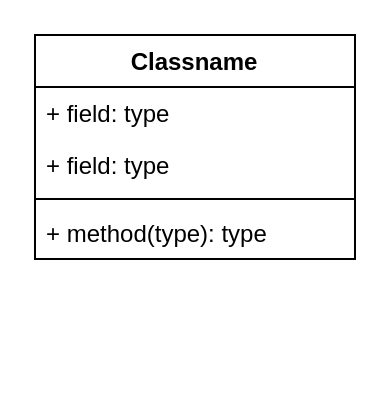
The draw.io diagram Notes/ANIMALCLASS.drawio in vandorena/Computer-Science-A-Level, before the edit. Source tidied: cells renumbered, new cells numbered last; positions are measured from the earlier drawing's top-left corner, leaving out a move shared by most shapes. Both pictures are drawn from the tidied source at 200%, with x=0, y=0 at pixel (34, 34).
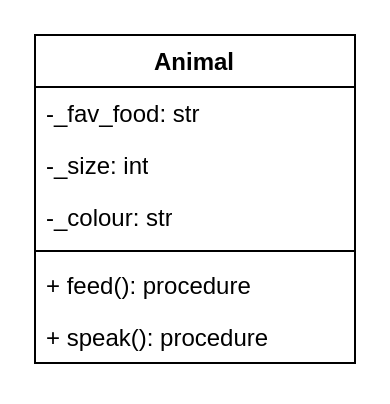
The same diagram, later.

Change to the diagram source:
```diff
@@
 <mxGraphModel>
   <root>
     <mxCell id="0" />
     <mxCell id="1" parent="0" />
-    <mxCell id="2" value="Classname" style="swimlane;fontStyle=1;align=center;verticalAlign=top;horizontal=1;startSize=26;whiteSpace=wrap;html=1;" parent="1" vertex="1">
-      <mxGeometry width="160" height="112" as="geometry" />
+    <mxCell id="2" value="Animal" style="swimlane;fontStyle=1;align=center;verticalAlign=top;horizontal=1;startSize=26;whiteSpace=wrap;html=1;" parent="1" vertex="1">
+      <mxGeometry width="160" height="164" as="geometry" />
     </mxCell>
-    <mxCell id="3" value="+ field: type" style="text;strokeColor=none;fillColor=none;align=left;verticalAlign=top;spacingLeft=4;spacingRight=4;overflow=hidden;whiteSpace=wrap;html=1;" parent="2" vertex="1">
+    <mxCell id="3" value="-_fav_food: str" style="text;strokeColor=none;fillColor=none;align=left;verticalAlign=top;spacingLeft=4;spacingRight=4;overflow=hidden;whiteSpace=wrap;html=1;" parent="2" vertex="1">
       <mxGeometry y="26" width="160" height="26" as="geometry" />
     </mxCell>
-    <mxCell id="4" value="+ field: type" style="text;strokeColor=none;fillColor=none;align=left;verticalAlign=top;spacingLeft=4;spacingRight=4;overflow=hidden;whiteSpace=wrap;html=1;" parent="2" vertex="1">
+    <mxCell id="4" value="-_size: int" style="text;strokeColor=none;fillColor=none;align=left;verticalAlign=top;spacingLeft=4;spacingRight=4;overflow=hidden;whiteSpace=wrap;html=1;" parent="2" vertex="1">
       <mxGeometry y="52" width="160" height="26" as="geometry" />
     </mxCell>
+    <mxCell id="7" value="-_colour: str" style="text;strokeColor=none;fillColor=none;align=left;verticalAlign=top;spacingLeft=4;spacingRight=4;overflow=hidden;whiteSpace=wrap;html=1;" parent="2" vertex="1">
+      <mxGeometry y="78" width="160" height="26" as="geometry" />
+    </mxCell>
     <mxCell id="5" style="line;strokeWidth=1;fillColor=none;align=left;verticalAlign=middle;spacingTop=-1;spacingLeft=3;spacingRight=3;labelPosition=right;strokeColor=inherit;" parent="2" vertex="1">
-      <mxGeometry y="78" width="160" height="8" as="geometry" />
+      <mxGeometry y="104" width="160" height="8" as="geometry" />
     </mxCell>
-    <mxCell id="6" value="+ method(type): type" style="text;strokeColor=none;fillColor=none;align=left;verticalAlign=top;spacingLeft=4;spacingRight=4;overflow=hidden;whiteSpace=wrap;html=1;" parent="2" vertex="1">
-      <mxGeometry y="86" width="160" height="26" as="geometry" />
+    <mxCell id="6" value="+ feed(): procedure" style="text;strokeColor=none;fillColor=none;align=left;verticalAlign=top;spacingLeft=4;spacingRight=4;overflow=hidden;whiteSpace=wrap;html=1;" parent="2" vertex="1">
+      <mxGeometry y="112" width="160" height="26" as="geometry" />
     </mxCell>
+    <mxCell id="8" value="+ speak(): procedure" style="text;strokeColor=none;fillColor=none;align=left;verticalAlign=top;spacingLeft=4;spacingRight=4;overflow=hidden;whiteSpace=wrap;html=1;" parent="2" vertex="1">
+      <mxGeometry y="138" width="160" height="26" as="geometry" />
+    </mxCell>
   </root>
 </mxGraphModel>
```
